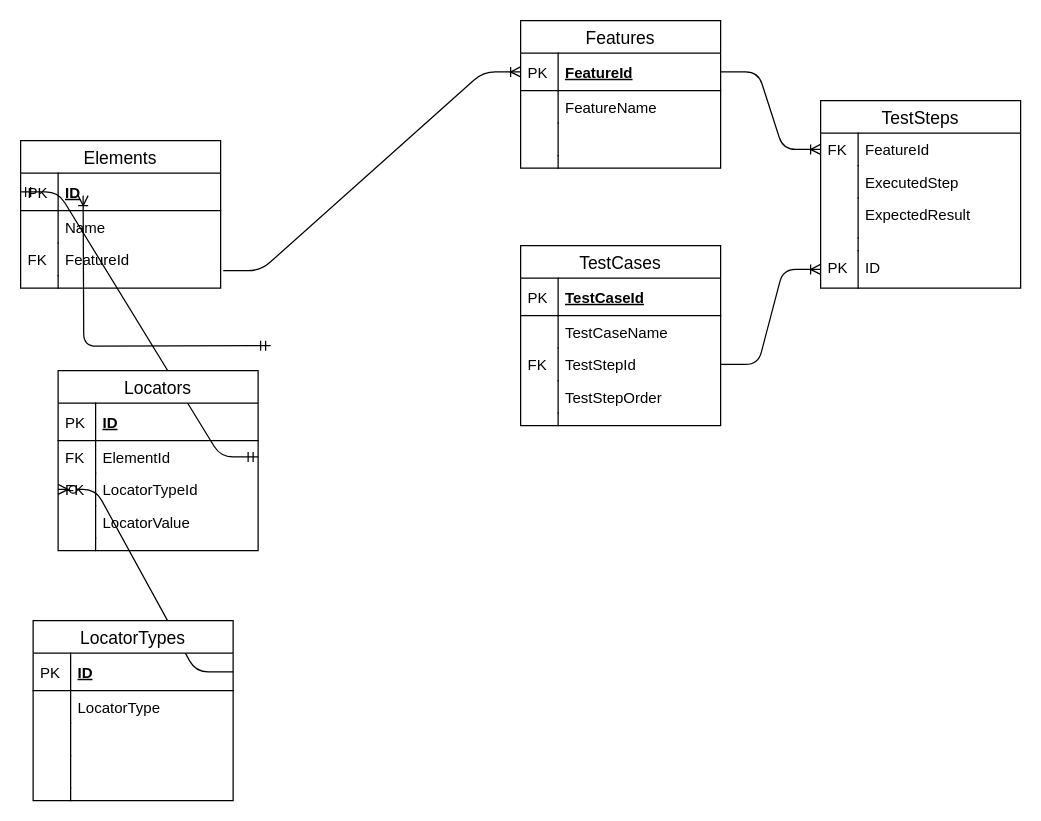
Earlier version of the draw.io diagram Untitled Diagram.drawio (alex-finder/TestSync). Source tidied: cells renumbered, new cells numbered last; positions are measured from the earlier drawing's top-left corner, leaving out a move shared by most shapes. Both pictures are drawn from the tidied source at 125%, with x=0, y=0 at pixel (20, 20).
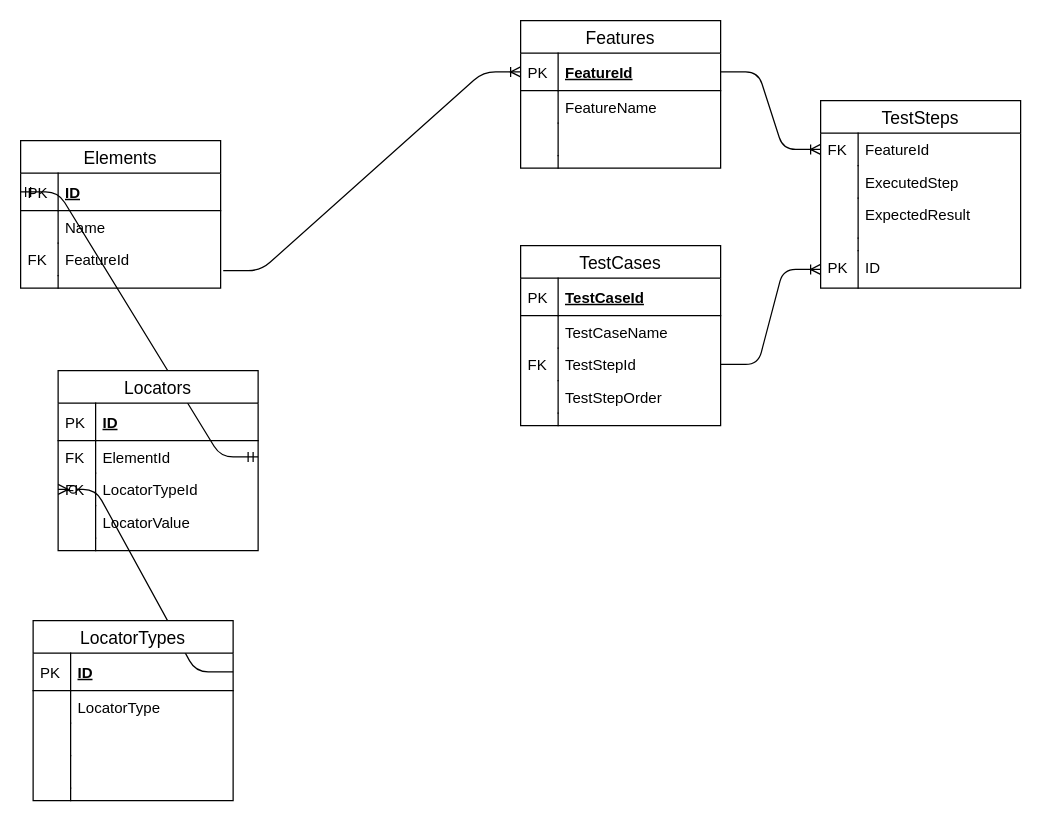
Above is the later version.

The edit, as a diff of the source:
```diff
@@
-    <mxCell id="4" style="edgeStyle=orthogonalEdgeStyle;html=1;endArrow=ERoneToMany;startArrow=ERmandOne;labelBackgroundColor=none;fontFamily=Verdana;fontSize=12;align=left;exitX=0.5;exitY=1;entryX=0.5;entryY=0;" parent="1" edge="1">
-      <mxGeometry relative="1" as="geometry">
-        <mxPoint x="200" y="260" as="sourcePoint" />
-        <mxPoint x="50" y="140" as="targetPoint" />
-      </mxGeometry>
-    </mxCell>
```
